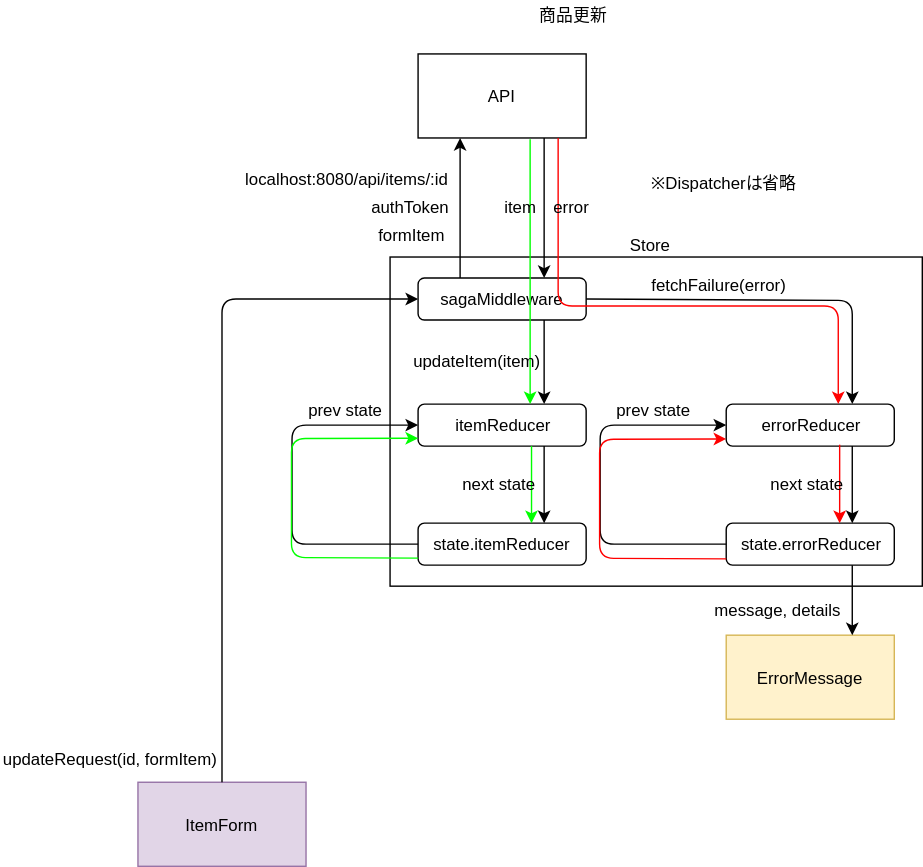
Before: diagram/dataFlow/update.svg, a diagram exported from draw.io (emgniddikur/react-app). Source tidied: cells renumbered, new cells last; positions are measured from the earlier drawing's top-left corner, leaving out a move shared by most shapes. The source it was exported from:
```xml
<mxGraphModel>
  <root>
    <mxCell id="0" />
    <mxCell id="1" parent="0" />
    <mxCell id="2" style="rounded=0;whiteSpace=wrap;html=1;" parent="1" vertex="1">
      <mxGeometry x="278" y="183" width="380" height="235" as="geometry" />
    </mxCell>
    <mxCell id="3" value="API&lt;br&gt;" style="rounded=0;whiteSpace=wrap;html=1;" parent="1" vertex="1">
      <mxGeometry x="298" y="38" width="120" height="60" as="geometry" />
    </mxCell>
    <mxCell id="4" value="sagaMiddleware" style="rounded=1;whiteSpace=wrap;html=1;" parent="1" vertex="1">
      <mxGeometry x="298" y="198" width="120" height="30" as="geometry" />
    </mxCell>
    <mxCell id="5" style="endArrow=classic;html=1;entryX=0.25;entryY=1;entryDx=0;entryDy=0;exitX=0.25;exitY=0;exitDx=0;exitDy=0;" parent="1" edge="1" source="4" target="3">
      <mxGeometry relative="1" as="geometry" />
    </mxCell>
    <mxCell id="6" style="endArrow=classic;html=1;entryX=0.75;entryY=0;entryDx=0;entryDy=0;exitX=0.75;exitY=1;exitDx=0;exitDy=0;" parent="1" edge="1" source="3" target="4">
      <mxGeometry relative="1" as="geometry" />
    </mxCell>
    <mxCell id="7" value="itemReducer" style="rounded=1;whiteSpace=wrap;html=1;" parent="1" vertex="1">
      <mxGeometry x="298" y="288" width="120" height="30" as="geometry" />
    </mxCell>
    <mxCell id="8" style="endArrow=classic;html=1;entryX=0.75;entryY=0;entryDx=0;entryDy=0;exitX=0.75;exitY=1;exitDx=0;exitDy=0;" parent="1" edge="1" source="4" target="7">
      <mxGeometry relative="1" as="geometry" />
    </mxCell>
    <mxCell id="9" value="authToken" style="text;html=1;align=left;verticalAlign=top;spacingTop=-4;" parent="1" vertex="1">
      <mxGeometry x="263" y="138" width="70" height="20" as="geometry" />
    </mxCell>
    <mxCell id="10" value="localhost:8080/api/items/:id" style="text;html=1;align=left;verticalAlign=top;spacingTop=-4;" parent="1" vertex="1">
      <mxGeometry x="173" y="118" width="160" height="20" as="geometry" />
    </mxCell>
    <mxCell id="11" value="errorReducer&lt;br&gt;" style="rounded=1;whiteSpace=wrap;html=1;" parent="1" vertex="1">
      <mxGeometry x="518" y="288" width="120" height="30" as="geometry" />
    </mxCell>
    <mxCell id="12" style="endArrow=classic;html=1;entryX=0.75;entryY=0;entryDx=0;entryDy=0;exitX=1;exitY=0.5;exitDx=0;exitDy=0;" parent="1" edge="1" source="4" target="11">
      <mxGeometry relative="1" as="geometry">
        <Array as="points">
          <mxPoint x="608" y="214" />
        </Array>
      </mxGeometry>
    </mxCell>
    <mxCell id="13" value="state.itemReducer" style="rounded=1;whiteSpace=wrap;html=1;" parent="1" vertex="1">
      <mxGeometry x="298" y="373" width="120" height="30" as="geometry" />
    </mxCell>
    <mxCell id="14" value="formItem" style="text;html=1;align=left;verticalAlign=top;spacingTop=-4;" parent="1" vertex="1">
      <mxGeometry x="268" y="158" width="60" height="20" as="geometry" />
    </mxCell>
    <mxCell id="15" style="endArrow=classic;html=1;entryX=0.75;entryY=0;entryDx=0;entryDy=0;exitX=0.75;exitY=1;exitDx=0;exitDy=0;" parent="1" edge="1" source="7" target="13">
      <mxGeometry relative="1" as="geometry" />
    </mxCell>
    <mxCell id="16" style="endArrow=classic;html=1;entryX=0;entryY=0.5;entryDx=0;entryDy=0;exitX=0;exitY=0.5;exitDx=0;exitDy=0;" parent="1" edge="1" source="13" target="7">
      <mxGeometry relative="1" as="geometry">
        <Array as="points">
          <mxPoint x="208" y="388" />
          <mxPoint x="208" y="348" />
          <mxPoint x="208" y="303" />
        </Array>
      </mxGeometry>
    </mxCell>
    <mxCell id="17" value="state.errorReducer" style="rounded=1;whiteSpace=wrap;html=1;" parent="1" vertex="1">
      <mxGeometry x="518" y="373" width="120" height="30" as="geometry" />
    </mxCell>
    <mxCell id="18" style="endArrow=classic;html=1;entryX=0.75;entryY=0;entryDx=0;entryDy=0;" parent="1" edge="1">
      <mxGeometry relative="1" as="geometry">
        <mxPoint x="608" y="318" as="sourcePoint" />
        <mxPoint x="608" y="373" as="targetPoint" />
      </mxGeometry>
    </mxCell>
    <mxCell id="19" value="prev state" style="text;html=1;align=left;verticalAlign=top;spacingTop=-4;" parent="1" vertex="1">
      <mxGeometry x="218" y="283" width="70" height="20" as="geometry" />
    </mxCell>
    <mxCell id="20" style="endArrow=classic;html=1;entryX=0;entryY=0.5;entryDx=0;entryDy=0;exitX=0;exitY=0.5;exitDx=0;exitDy=0;" parent="1" edge="1">
      <mxGeometry relative="1" as="geometry">
        <mxPoint x="518" y="388" as="sourcePoint" />
        <mxPoint x="518" y="303" as="targetPoint" />
        <Array as="points">
          <mxPoint x="428" y="388" />
          <mxPoint x="428" y="348" />
          <mxPoint x="428" y="303" />
        </Array>
      </mxGeometry>
    </mxCell>
    <mxCell id="21" value="prev state" style="text;html=1;align=left;verticalAlign=top;spacingTop=-4;" parent="1" vertex="1">
      <mxGeometry x="438" y="283" width="70" height="20" as="geometry" />
    </mxCell>
    <mxCell id="22" value="fetchFailure(error)" style="text;html=1;align=left;verticalAlign=top;spacingTop=-4;" parent="1" vertex="1">
      <mxGeometry x="463" y="194" width="110" height="20" as="geometry" />
    </mxCell>
    <mxCell id="23" value="ItemForm" style="rounded=0;whiteSpace=wrap;html=1;fillColor=#e1d5e7;strokeColor=#9673a6;" parent="1" vertex="1">
      <mxGeometry x="98" y="558" width="120" height="60" as="geometry" />
    </mxCell>
    <mxCell id="24" value="ErrorMessage" style="rounded=0;whiteSpace=wrap;html=1;fillColor=#fff2cc;strokeColor=#d6b656;" parent="1" vertex="1">
      <mxGeometry x="518" y="453" width="120" height="60" as="geometry" />
    </mxCell>
    <mxCell id="25" style="endArrow=classic;html=1;entryX=0.75;entryY=0;entryDx=0;entryDy=0;exitX=0.75;exitY=1;exitDx=0;exitDy=0;" parent="1" edge="1" source="17" target="24">
      <mxGeometry relative="1" as="geometry" />
    </mxCell>
    <mxCell id="26" value="message, details&lt;br&gt;" style="text;html=1;align=left;verticalAlign=top;spacingTop=-4;" parent="1" vertex="1">
      <mxGeometry x="508" y="425.5" width="110" height="20" as="geometry" />
    </mxCell>
    <mxCell id="27" style="endArrow=classic;html=1;entryX=0;entryY=0.5;entryDx=0;entryDy=0;exitX=0.5;exitY=0;exitDx=0;exitDy=0;" parent="1" edge="1" source="23" target="4">
      <mxGeometry relative="1" as="geometry">
        <Array as="points">
          <mxPoint x="158" y="213" />
        </Array>
      </mxGeometry>
    </mxCell>
    <mxCell id="28" value="updateRequest(id, formItem)" style="text;html=1;align=left;verticalAlign=top;spacingTop=-4;" parent="1" vertex="1">
      <mxGeometry y="532" width="170" height="20" as="geometry" />
    </mxCell>
    <mxCell id="29" style="endArrow=classic;html=1;strokeColor=#FF0000;entryX=0.667;entryY=0.013;entryDx=0;entryDy=0;entryPerimeter=0;" parent="1" edge="1" target="11">
      <mxGeometry relative="1" as="geometry">
        <mxPoint x="398" y="98" as="sourcePoint" />
        <Array as="points">
          <mxPoint x="398" y="218" />
          <mxPoint x="598" y="218" />
        </Array>
      </mxGeometry>
    </mxCell>
    <mxCell id="30" style="endArrow=classic;html=1;strokeColor=#FF0000;exitX=0.671;exitY=0.983;exitDx=0;exitDy=0;exitPerimeter=0;entryX=0.671;entryY=0;entryDx=0;entryDy=0;entryPerimeter=0;" parent="1" edge="1" source="11" target="17">
      <mxGeometry relative="1" as="geometry" />
    </mxCell>
    <mxCell id="31" style="endArrow=classic;html=1;strokeColor=#00FF00;exitX=0.667;exitY=1.017;exitDx=0;exitDy=0;exitPerimeter=0;" parent="1" edge="1" source="3">
      <mxGeometry relative="1" as="geometry">
        <mxPoint x="378" y="288" as="targetPoint" />
      </mxGeometry>
    </mxCell>
    <mxCell id="32" style="endArrow=classic;html=1;strokeColor=#00FF00;entryX=0.675;entryY=0;entryDx=0;entryDy=0;entryPerimeter=0;exitX=0.671;exitY=1;exitDx=0;exitDy=0;exitPerimeter=0;" parent="1" edge="1" source="7" target="13">
      <mxGeometry relative="1" as="geometry" />
    </mxCell>
    <mxCell id="33" style="endArrow=classic;html=1;entryX=0;entryY=0.5;entryDx=0;entryDy=0;exitX=0;exitY=0.5;exitDx=0;exitDy=0;strokeColor=#00FF00;" parent="1" edge="1">
      <mxGeometry relative="1" as="geometry">
        <mxPoint x="298" y="398" as="sourcePoint" />
        <mxPoint x="298" y="312.4" as="targetPoint" />
        <Array as="points">
          <mxPoint x="207.6" y="397.6" />
          <mxPoint x="207.6" y="357.6" />
          <mxPoint x="207.6" y="312.6" />
        </Array>
      </mxGeometry>
    </mxCell>
    <mxCell id="34" value="item" style="text;html=1;align=left;verticalAlign=top;spacingTop=-4;" parent="1" vertex="1">
      <mxGeometry x="358" y="138" width="40" height="20" as="geometry" />
    </mxCell>
    <mxCell id="35" value="error" style="text;html=1;align=left;verticalAlign=top;spacingTop=-4;" parent="1" vertex="1">
      <mxGeometry x="393" y="138" width="40" height="20" as="geometry" />
    </mxCell>
    <mxCell id="36" value="updateItem(item)" style="text;html=1;align=left;verticalAlign=top;spacingTop=-4;" parent="1" vertex="1">
      <mxGeometry x="293" y="248" width="110" height="20" as="geometry" />
    </mxCell>
    <mxCell id="37" value="next state" style="text;html=1;align=left;verticalAlign=top;spacingTop=-4;" parent="1" vertex="1">
      <mxGeometry x="548" y="335.5" width="70" height="20" as="geometry" />
    </mxCell>
    <mxCell id="38" value="next state" style="text;html=1;align=left;verticalAlign=top;spacingTop=-4;" parent="1" vertex="1">
      <mxGeometry x="328" y="335.5" width="70" height="20" as="geometry" />
    </mxCell>
    <mxCell id="39" style="endArrow=classic;html=1;entryX=0;entryY=0.5;entryDx=0;entryDy=0;exitX=0;exitY=0.5;exitDx=0;exitDy=0;fillColor=#a20025;strokeColor=#FF0000;" parent="1" edge="1">
      <mxGeometry relative="1" as="geometry">
        <mxPoint x="518" y="398.5" as="sourcePoint" />
        <mxPoint x="518" y="312.9" as="targetPoint" />
        <Array as="points">
          <mxPoint x="427.6" y="398.1" />
          <mxPoint x="427.6" y="358.1" />
          <mxPoint x="427.6" y="313.1" />
        </Array>
      </mxGeometry>
    </mxCell>
    <mxCell id="40" value="※Dispatcherは省略" style="text;html=1;align=left;verticalAlign=top;spacingTop=-4;" parent="1" vertex="1">
      <mxGeometry x="463" y="120.5" width="120" height="20" as="geometry" />
    </mxCell>
    <mxCell id="41" value="商品更新" style="text;html=1;align=left;verticalAlign=top;spacingTop=-4;" parent="1" vertex="1">
      <mxGeometry x="383" y="0.5" width="60" height="20" as="geometry" />
    </mxCell>
    <mxCell id="42" value="Store" style="text;html=1;strokeColor=none;fillColor=none;align=center;verticalAlign=middle;whiteSpace=wrap;rounded=0;" parent="1" vertex="1">
      <mxGeometry x="443" y="164" width="40" height="20" as="geometry" />
    </mxCell>
  </root>
</mxGraphModel>
```
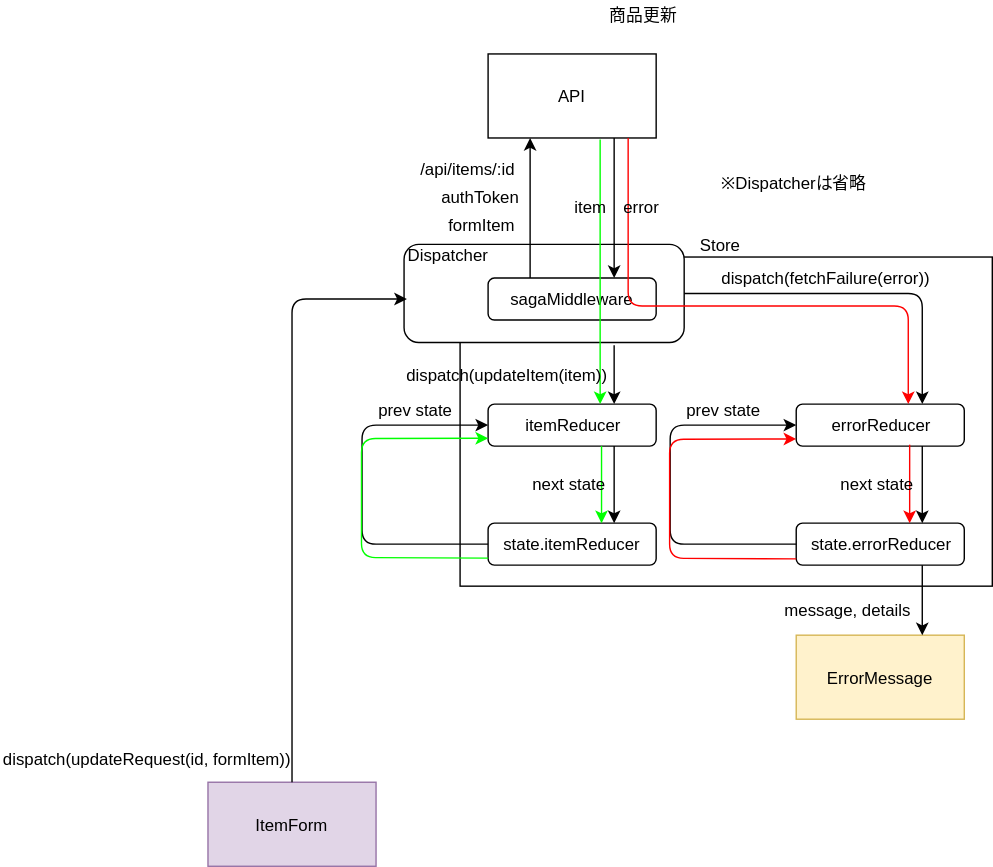
After the commit.

Change to the diagram source:
```diff
@@ -5,6 +5,9 @@
     <mxCell id="2" style="rounded=0;whiteSpace=wrap;html=1;" parent="1" vertex="1">
       <mxGeometry x="278" y="183" width="380" height="235" as="geometry" />
     </mxCell>
+    <mxCell id="43" value="Dispatcher&amp;nbsp; &amp;nbsp; &amp;nbsp; &amp;nbsp; &amp;nbsp; &amp;nbsp; &amp;nbsp; &amp;nbsp; &amp;nbsp; &amp;nbsp; &amp;nbsp; &amp;nbsp; &amp;nbsp; &amp;nbsp; &amp;nbsp; &amp;nbsp; &amp;nbsp; &amp;nbsp; &amp;nbsp; &amp;nbsp; &amp;nbsp; &amp;nbsp; &amp;nbsp; &amp;nbsp;&lt;br&gt;&lt;br&gt;&lt;br&gt;&lt;br&gt;" style="rounded=1;whiteSpace=wrap;html=1;" parent="1" vertex="1">
+      <mxGeometry x="238" y="174" width="200" height="70" as="geometry" />
+    </mxCell>
     <mxCell id="3" value="API&lt;br&gt;" style="rounded=0;whiteSpace=wrap;html=1;" parent="1" vertex="1">
       <mxGeometry x="298" y="38" width="120" height="60" as="geometry" />
     </mxCell>
@@ -20,22 +23,24 @@
     <mxCell id="7" value="itemReducer" style="rounded=1;whiteSpace=wrap;html=1;" parent="1" vertex="1">
       <mxGeometry x="298" y="288" width="120" height="30" as="geometry" />
     </mxCell>
-    <mxCell id="8" style="endArrow=classic;html=1;entryX=0.75;entryY=0;entryDx=0;entryDy=0;exitX=0.75;exitY=1;exitDx=0;exitDy=0;" parent="1" edge="1" source="4" target="7">
-      <mxGeometry relative="1" as="geometry" />
+    <mxCell id="8" style="endArrow=classic;html=1;entryX=0.75;entryY=0;entryDx=0;entryDy=0;" parent="1" edge="1" target="7">
+      <mxGeometry relative="1" as="geometry">
+        <mxPoint x="388" y="246" as="sourcePoint" />
+      </mxGeometry>
     </mxCell>
     <mxCell id="9" value="authToken" style="text;html=1;align=left;verticalAlign=top;spacingTop=-4;" parent="1" vertex="1">
-      <mxGeometry x="263" y="138" width="70" height="20" as="geometry" />
+      <mxGeometry x="263" y="130.5" width="70" height="20" as="geometry" />
     </mxCell>
-    <mxCell id="10" value="localhost:8080/api/items/:id" style="text;html=1;align=left;verticalAlign=top;spacingTop=-4;" parent="1" vertex="1">
-      <mxGeometry x="173" y="118" width="160" height="20" as="geometry" />
+    <mxCell id="10" value="/api/items/:id" style="text;html=1;align=left;verticalAlign=top;spacingTop=-4;" parent="1" vertex="1">
+      <mxGeometry x="248" y="110.5" width="80" height="20" as="geometry" />
     </mxCell>
     <mxCell id="11" value="errorReducer&lt;br&gt;" style="rounded=1;whiteSpace=wrap;html=1;" parent="1" vertex="1">
       <mxGeometry x="518" y="288" width="120" height="30" as="geometry" />
     </mxCell>
-    <mxCell id="12" style="endArrow=classic;html=1;entryX=0.75;entryY=0;entryDx=0;entryDy=0;exitX=1;exitY=0.5;exitDx=0;exitDy=0;" parent="1" edge="1" source="4" target="11">
+    <mxCell id="12" style="endArrow=classic;html=1;entryX=0.75;entryY=0;entryDx=0;entryDy=0;exitX=1;exitY=0.5;exitDx=0;exitDy=0;" parent="1" edge="1" source="43" target="11">
       <mxGeometry relative="1" as="geometry">
         <Array as="points">
-          <mxPoint x="608" y="214" />
+          <mxPoint x="608" y="209" />
         </Array>
       </mxGeometry>
     </mxCell>
@@ -43,7 +48,7 @@
       <mxGeometry x="298" y="373" width="120" height="30" as="geometry" />
     </mxCell>
     <mxCell id="14" value="formItem" style="text;html=1;align=left;verticalAlign=top;spacingTop=-4;" parent="1" vertex="1">
-      <mxGeometry x="268" y="158" width="60" height="20" as="geometry" />
+      <mxGeometry x="268" y="150.5" width="60" height="20" as="geometry" />
     </mxCell>
     <mxCell id="15" style="endArrow=classic;html=1;entryX=0.75;entryY=0;entryDx=0;entryDy=0;exitX=0.75;exitY=1;exitDx=0;exitDy=0;" parent="1" edge="1" source="7" target="13">
       <mxGeometry relative="1" as="geometry" />
@@ -83,8 +88,8 @@
     <mxCell id="21" value="prev state" style="text;html=1;align=left;verticalAlign=top;spacingTop=-4;" parent="1" vertex="1">
       <mxGeometry x="438" y="283" width="70" height="20" as="geometry" />
     </mxCell>
-    <mxCell id="22" value="fetchFailure(error)" style="text;html=1;align=left;verticalAlign=top;spacingTop=-4;" parent="1" vertex="1">
-      <mxGeometry x="463" y="194" width="110" height="20" as="geometry" />
+    <mxCell id="22" value="dispatch(fetchFailure(error))" style="text;html=1;align=left;verticalAlign=top;spacingTop=-4;" parent="1" vertex="1">
+      <mxGeometry x="463" y="189" width="160" height="20" as="geometry" />
     </mxCell>
     <mxCell id="23" value="ItemForm" style="rounded=0;whiteSpace=wrap;html=1;fillColor=#e1d5e7;strokeColor=#9673a6;" parent="1" vertex="1">
       <mxGeometry x="98" y="558" width="120" height="60" as="geometry" />
@@ -98,15 +103,16 @@
     <mxCell id="26" value="message, details&lt;br&gt;" style="text;html=1;align=left;verticalAlign=top;spacingTop=-4;" parent="1" vertex="1">
       <mxGeometry x="508" y="425.5" width="110" height="20" as="geometry" />
     </mxCell>
-    <mxCell id="27" style="endArrow=classic;html=1;entryX=0;entryY=0.5;entryDx=0;entryDy=0;exitX=0.5;exitY=0;exitDx=0;exitDy=0;" parent="1" edge="1" source="23" target="4">
+    <mxCell id="27" style="endArrow=classic;html=1;exitX=0.5;exitY=0;exitDx=0;exitDy=0;" parent="1" edge="1" source="23">
       <mxGeometry relative="1" as="geometry">
+        <mxPoint x="240" y="213" as="targetPoint" />
         <Array as="points">
           <mxPoint x="158" y="213" />
         </Array>
       </mxGeometry>
     </mxCell>
-    <mxCell id="28" value="updateRequest(id, formItem)" style="text;html=1;align=left;verticalAlign=top;spacingTop=-4;" parent="1" vertex="1">
-      <mxGeometry y="532" width="170" height="20" as="geometry" />
+    <mxCell id="28" value="dispatch(updateRequest(id, formItem))" style="text;html=1;align=left;verticalAlign=top;spacingTop=-4;" parent="1" vertex="1">
+      <mxGeometry x="-50" y="532" width="220" height="20" as="geometry" />
     </mxCell>
     <mxCell id="29" style="endArrow=classic;html=1;strokeColor=#FF0000;entryX=0.667;entryY=0.013;entryDx=0;entryDy=0;entryPerimeter=0;" parent="1" edge="1" target="11">
       <mxGeometry relative="1" as="geometry">
@@ -145,8 +151,8 @@
     <mxCell id="35" value="error" style="text;html=1;align=left;verticalAlign=top;spacingTop=-4;" parent="1" vertex="1">
       <mxGeometry x="393" y="138" width="40" height="20" as="geometry" />
     </mxCell>
-    <mxCell id="36" value="updateItem(item)" style="text;html=1;align=left;verticalAlign=top;spacingTop=-4;" parent="1" vertex="1">
-      <mxGeometry x="293" y="248" width="110" height="20" as="geometry" />
+    <mxCell id="36" value="dispatch(updateItem(item))" style="text;html=1;align=left;verticalAlign=top;spacingTop=-4;" parent="1" vertex="1">
+      <mxGeometry x="238" y="258" width="160" height="20" as="geometry" />
     </mxCell>
     <mxCell id="37" value="next state" style="text;html=1;align=left;verticalAlign=top;spacingTop=-4;" parent="1" vertex="1">
       <mxGeometry x="548" y="335.5" width="70" height="20" as="geometry" />
```
